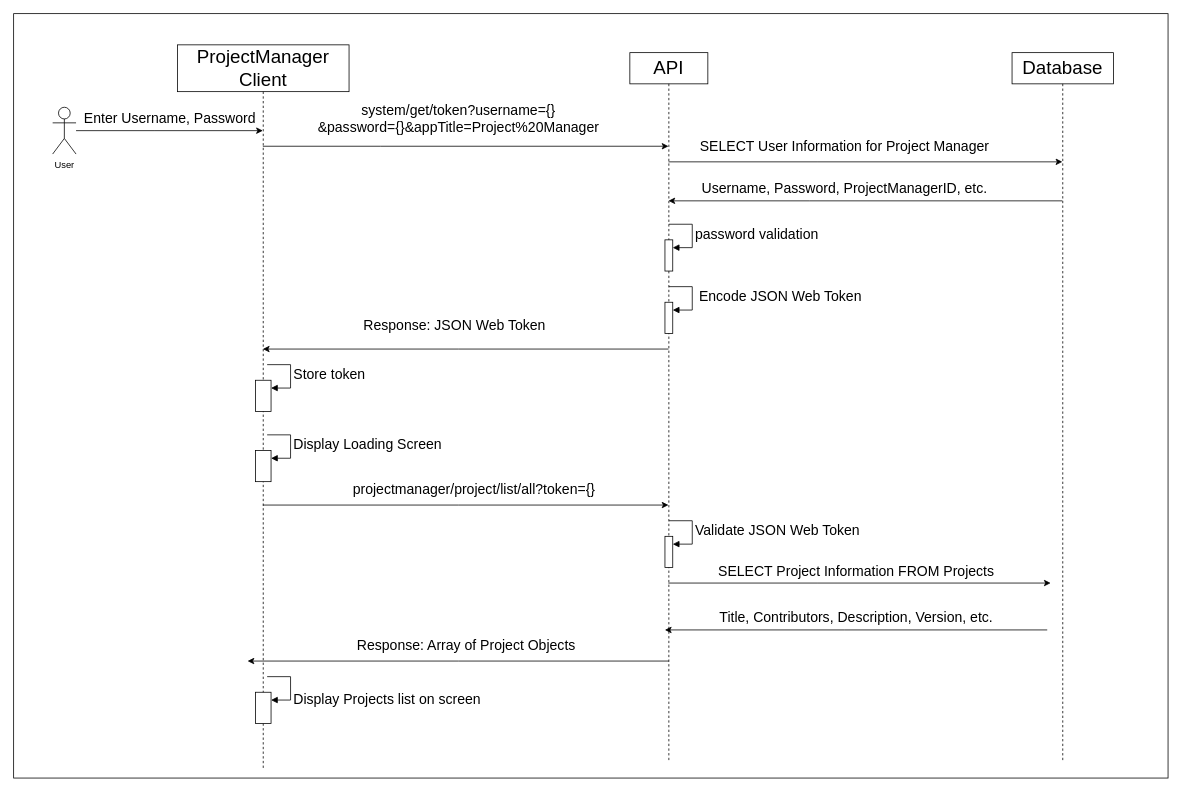
Before: Documentation/Call Sequence Diagram.drawio in TheChar/SphereAPI, a draw.io diagram. Source tidied: cells renumbered, new cells numbered last; positions are measured from the earlier drawing's top-left corner, leaving out a move shared by most shapes. Both pictures are drawn from the tidied source at 78%, with x=0, y=0 at pixel (13, 13).
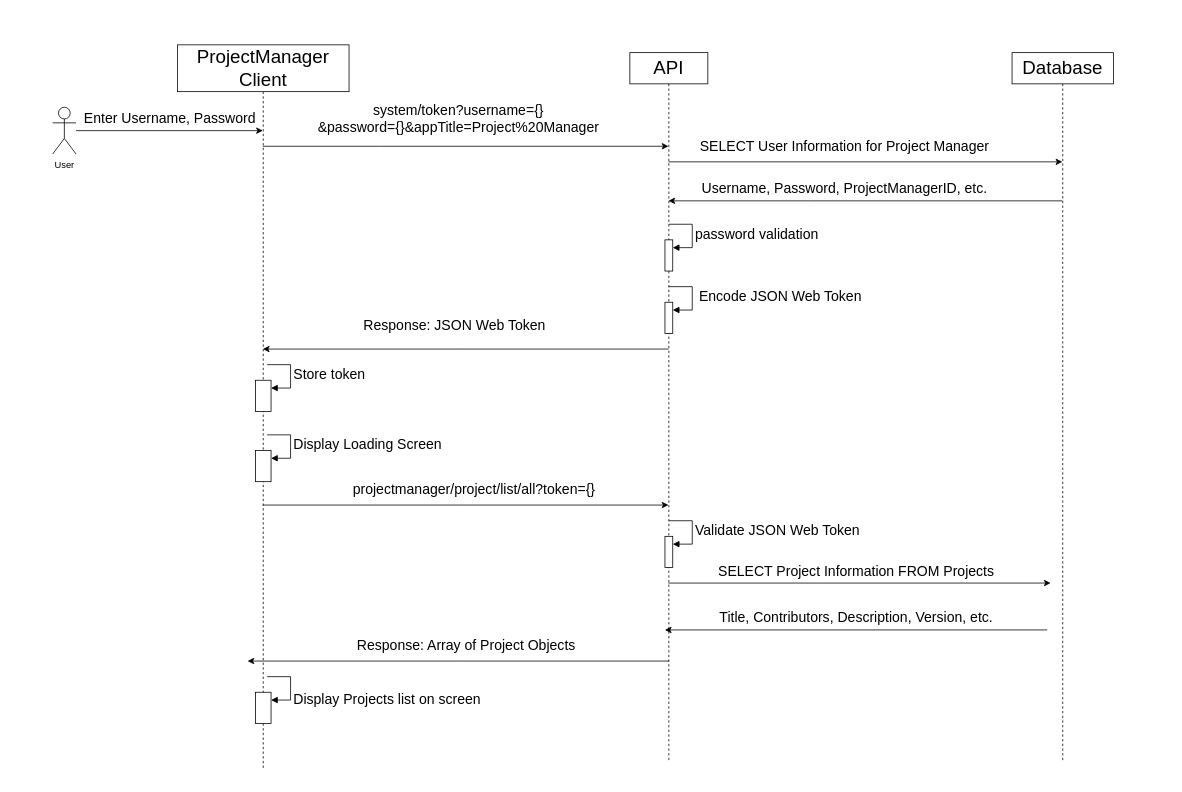
After the change.

The edit, as a diff of the source:
```diff
@@
-    <mxCell id="2" style="rounded=0;whiteSpace=wrap;html=1;" parent="1" vertex="1">
-      <mxGeometry width="1480" height="980" as="geometry" />
-    </mxCell>
@@
-    <mxCell id="26" value="&lt;font style=&quot;font-size: 18px;&quot;&gt;system/get/token?username={}&lt;/font&gt;&lt;div&gt;&lt;font style=&quot;font-size: 18px;&quot;&gt;&amp;amp;password={}&amp;amp;appTitle=Project%20Manager&lt;/font&gt;&lt;/div&gt;" style="text;html=1;align=center;verticalAlign=middle;strokeColor=none;fillColor=none;" parent="1" vertex="1">
+    <mxCell id="26" value="&lt;font style=&quot;font-size: 18px;&quot;&gt;system/token?username={}&lt;/font&gt;&lt;div&gt;&lt;font style=&quot;font-size: 18px;&quot;&gt;&amp;amp;password={}&amp;amp;appTitle=Project%20Manager&lt;/font&gt;&lt;/div&gt;" style="text;html=1;align=center;verticalAlign=middle;strokeColor=none;fillColor=none;" parent="1" vertex="1">
       <mxGeometry x="380" y="105" width="380" height="60" as="geometry" />
     </mxCell>
```
